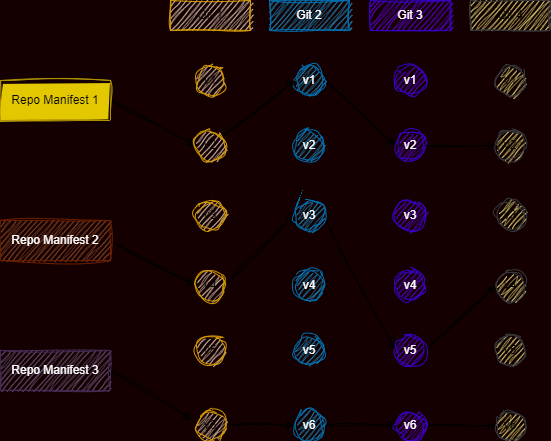
This is src/4-repo/diagram/manifest.drawio.png from Killerpug/TheEmbeddedLinuxBook, a draw.io export, as it was before one commit. Source tidied: cells renumbered, new cells last; positions are measured from the earlier drawing's top-left corner, leaving out a move shared by most shapes.
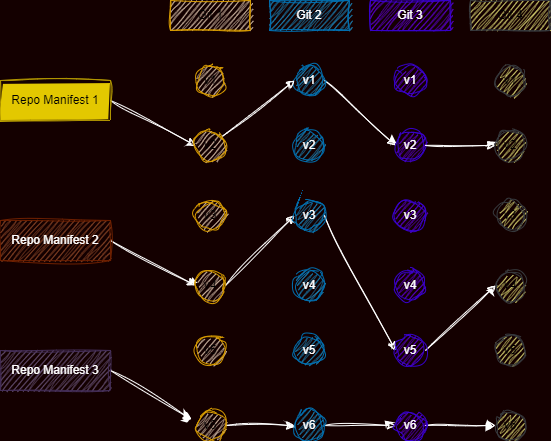
Above is the later version.

Commit message:
Update diagram lines color

The edit, as a diff of the source:
```diff
@@ -14,19 +14,19 @@
     <mxCell id="5" value="Git 4" style="rounded=0;whiteSpace=wrap;html=1;fillColor=#ffff88;strokeColor=#36393d;sketch=1;curveFitting=1;jiggle=2;" parent="1" vertex="1">
       <mxGeometry x="470" width="80" height="30" as="geometry" />
     </mxCell>
-    <mxCell id="6" style="rounded=0;jettySize=auto;html=1;exitX=1;exitY=0.5;exitDx=0;exitDy=0;entryX=0;entryY=0.5;entryDx=0;entryDy=0;sketch=1;curveFitting=1;jiggle=2;" parent="1" edge="1" source="7" target="19">
+    <mxCell id="6" style="rounded=0;jettySize=auto;html=1;exitX=1;exitY=0.5;exitDx=0;exitDy=0;entryX=0;entryY=0.5;entryDx=0;entryDy=0;sketch=1;curveFitting=1;jiggle=2;strokeColor=#FFFFFF;" parent="1" edge="1" source="7" target="19">
       <mxGeometry relative="1" as="geometry" />
     </mxCell>
     <mxCell id="7" value="Repo Manifest 1" style="rounded=0;whiteSpace=wrap;html=1;fillStyle=solid;fillColor=#e3c800;strokeColor=#B09500;fontColor=#000000;sketch=1;curveFitting=1;jiggle=2;" parent="1" vertex="1">
       <mxGeometry y="80" width="110" height="40" as="geometry" />
     </mxCell>
-    <mxCell id="8" style="rounded=0;jettySize=auto;html=1;exitX=1;exitY=0.5;exitDx=0;exitDy=0;entryX=0;entryY=0.5;entryDx=0;entryDy=0;sketch=1;curveFitting=1;jiggle=2;" parent="1" edge="1" source="9" target="21">
+    <mxCell id="8" style="rounded=0;jettySize=auto;html=1;exitX=1;exitY=0.5;exitDx=0;exitDy=0;entryX=0;entryY=0.5;entryDx=0;entryDy=0;sketch=1;curveFitting=1;jiggle=2;strokeColor=#FFFFFF;" parent="1" edge="1" source="9" target="21">
       <mxGeometry relative="1" as="geometry" />
     </mxCell>
     <mxCell id="9" value="Repo Manifest 2" style="rounded=0;whiteSpace=wrap;html=1;fillColor=#a0522d;fontColor=#ffffff;strokeColor=#6D1F00;sketch=1;curveFitting=1;jiggle=2;" parent="1" vertex="1">
       <mxGeometry y="220" width="110" height="40" as="geometry" />
     </mxCell>
-    <mxCell id="10" style="rounded=0;jettySize=auto;html=1;exitX=1;exitY=0.5;exitDx=0;exitDy=0;entryX=-0.133;entryY=0.3;entryDx=0;entryDy=0;entryPerimeter=0;sketch=1;curveFitting=1;jiggle=2;" parent="1" edge="1" source="11" target="24">
+    <mxCell id="10" style="rounded=0;jettySize=auto;html=1;exitX=1;exitY=0.5;exitDx=0;exitDy=0;entryX=-0.133;entryY=0.3;entryDx=0;entryDy=0;entryPerimeter=0;sketch=1;curveFitting=1;jiggle=2;strokeColor=#FFFFFF;" parent="1" edge="1" source="11" target="24">
       <mxGeometry relative="1" as="geometry" />
     </mxCell>
     <mxCell id="11" value="Repo Manifest 3&lt;br&gt;" style="rounded=0;whiteSpace=wrap;html=1;fillColor=#76608a;fontColor=#ffffff;strokeColor=#432D57;sketch=1;curveFitting=1;jiggle=2;" parent="1" vertex="1">
@@ -35,7 +35,7 @@
     <mxCell id="12" value="v1" style="ellipse;whiteSpace=wrap;html=1;fillColor=#ffe6cc;strokeColor=#d79b00;rounded=0;sketch=1;curveFitting=1;jiggle=2;" parent="1" vertex="1">
       <mxGeometry x="195" y="65" width="30" height="30" as="geometry" />
     </mxCell>
-    <mxCell id="13" style="rounded=0;jettySize=auto;html=1;exitX=1;exitY=0.5;exitDx=0;exitDy=0;entryX=0;entryY=0.5;entryDx=0;entryDy=0;sketch=1;curveFitting=1;jiggle=2;" parent="1" edge="1" source="14" target="32">
+    <mxCell id="13" style="rounded=0;jettySize=auto;html=1;exitX=1;exitY=0.5;exitDx=0;exitDy=0;entryX=0;entryY=0.5;entryDx=0;entryDy=0;sketch=1;curveFitting=1;jiggle=2;strokeColor=#FFFFFF;" parent="1" edge="1" source="14" target="32">
       <mxGeometry relative="1" as="geometry" />
     </mxCell>
     <mxCell id="14" value="v1" style="ellipse;whiteSpace=wrap;html=1;fillColor=#1ba1e2;fontColor=#ffffff;strokeColor=#006EAF;rounded=0;sketch=1;curveFitting=1;jiggle=2;" parent="1" vertex="1">
@@ -47,10 +47,10 @@
     <mxCell id="16" value="v1" style="ellipse;whiteSpace=wrap;html=1;fillColor=#ffff88;strokeColor=#36393d;rounded=0;sketch=1;curveFitting=1;jiggle=2;" parent="1" vertex="1">
       <mxGeometry x="495" y="65" width="30" height="30" as="geometry" />
     </mxCell>
-    <mxCell id="17" style="rounded=0;jettySize=auto;html=1;entryX=0;entryY=0.5;entryDx=0;entryDy=0;sketch=1;curveFitting=1;jiggle=2;" parent="1" edge="1" source="19" target="14">
+    <mxCell id="17" style="rounded=0;jettySize=auto;html=1;entryX=0;entryY=0.5;entryDx=0;entryDy=0;sketch=1;curveFitting=1;jiggle=2;strokeColor=#FFFFFF;" parent="1" edge="1" source="19" target="14">
       <mxGeometry relative="1" as="geometry" />
     </mxCell>
-    <mxCell id="18" style="rounded=0;jettySize=auto;html=1;exitX=1;exitY=0.5;exitDx=0;exitDy=0;entryX=0;entryY=0.5;entryDx=0;entryDy=0;sketch=1;curveFitting=1;jiggle=2;" parent="1" edge="1" source="21" target="27">
+    <mxCell id="18" style="rounded=0;jettySize=auto;html=1;exitX=1;exitY=0.5;exitDx=0;exitDy=0;entryX=0;entryY=0.5;entryDx=0;entryDy=0;sketch=1;curveFitting=1;jiggle=2;strokeColor=#FFFFFF;" parent="1" edge="1" source="21" target="27">
       <mxGeometry relative="1" as="geometry" />
     </mxCell>
     <mxCell id="19" value="v2" style="ellipse;whiteSpace=wrap;html=1;fillColor=#ffe6cc;strokeColor=#d79b00;rounded=0;sketch=1;curveFitting=1;jiggle=2;" parent="1" vertex="1">
@@ -65,7 +65,7 @@
     <mxCell id="22" value="v5" style="ellipse;whiteSpace=wrap;html=1;fillColor=#ffe6cc;strokeColor=#d79b00;rounded=0;sketch=1;curveFitting=1;jiggle=2;" parent="1" vertex="1">
       <mxGeometry x="195" y="335" width="30" height="30" as="geometry" />
     </mxCell>
-    <mxCell id="23" style="edgeStyle=orthogonalEdgeStyle;rounded=0;jettySize=auto;html=1;exitX=1;exitY=0.5;exitDx=0;exitDy=0;entryX=0;entryY=0.5;entryDx=0;entryDy=0;sketch=1;curveFitting=1;jiggle=2;" parent="1" edge="1" source="24" target="31">
+    <mxCell id="23" style="edgeStyle=orthogonalEdgeStyle;rounded=0;jettySize=auto;html=1;exitX=1;exitY=0.5;exitDx=0;exitDy=0;entryX=0;entryY=0.5;entryDx=0;entryDy=0;sketch=1;curveFitting=1;jiggle=2;strokeColor=#FFFFFF;" parent="1" edge="1" source="24" target="31">
       <mxGeometry relative="1" as="geometry" />
     </mxCell>
     <mxCell id="24" value="v6" style="ellipse;whiteSpace=wrap;html=1;fillColor=#ffe6cc;strokeColor=#d79b00;rounded=0;sketch=1;curveFitting=1;jiggle=2;" parent="1" vertex="1">
@@ -74,7 +74,7 @@
     <mxCell id="25" value="v2" style="ellipse;whiteSpace=wrap;html=1;fillColor=#1ba1e2;fontColor=#ffffff;strokeColor=#006EAF;rounded=0;sketch=1;curveFitting=1;jiggle=2;" parent="1" vertex="1">
       <mxGeometry x="294" y="130" width="30" height="30" as="geometry" />
     </mxCell>
-    <mxCell id="26" style="rounded=0;jettySize=auto;html=1;exitX=1;exitY=0.5;exitDx=0;exitDy=0;entryX=0;entryY=0.5;entryDx=0;entryDy=0;sketch=1;curveFitting=1;jiggle=2;" parent="1" edge="1" source="27" target="37">
+    <mxCell id="26" style="rounded=0;jettySize=auto;html=1;exitX=1;exitY=0.5;exitDx=0;exitDy=0;entryX=0;entryY=0.5;entryDx=0;entryDy=0;sketch=1;curveFitting=1;jiggle=2;strokeColor=#FFFFFF;" parent="1" edge="1" source="27" target="37">
       <mxGeometry relative="1" as="geometry" />
     </mxCell>
     <mxCell id="27" value="v3" style="ellipse;whiteSpace=wrap;html=1;fillColor=#1ba1e2;fontColor=#ffffff;strokeColor=#006EAF;rounded=0;sketch=1;curveFitting=1;jiggle=2;" parent="1" vertex="1">
@@ -86,7 +86,7 @@
     <mxCell id="29" value="v5" style="ellipse;whiteSpace=wrap;html=1;fillColor=#1ba1e2;fontColor=#ffffff;strokeColor=#006EAF;rounded=0;sketch=1;curveFitting=1;jiggle=2;" parent="1" vertex="1">
       <mxGeometry x="294" y="335" width="30" height="30" as="geometry" />
     </mxCell>
-    <mxCell id="30" style="edgeStyle=orthogonalEdgeStyle;rounded=0;jettySize=auto;html=1;exitX=1;exitY=0.5;exitDx=0;exitDy=0;entryX=0;entryY=0.5;entryDx=0;entryDy=0;sketch=1;curveFitting=1;jiggle=2;" parent="1" edge="1" source="31" target="39">
+    <mxCell id="30" style="edgeStyle=orthogonalEdgeStyle;rounded=0;jettySize=auto;html=1;exitX=1;exitY=0.5;exitDx=0;exitDy=0;entryX=0;entryY=0.5;entryDx=0;entryDy=0;sketch=1;curveFitting=1;jiggle=2;strokeColor=#FFFFFF;" parent="1" edge="1" source="31" target="39">
       <mxGeometry relative="1" as="geometry" />
     </mxCell>
     <mxCell id="31" value="v6" style="ellipse;whiteSpace=wrap;html=1;fillColor=#1ba1e2;fontColor=#ffffff;strokeColor=#006EAF;rounded=0;sketch=1;curveFitting=1;jiggle=2;" parent="1" vertex="1">
@@ -95,10 +95,10 @@
     <mxCell id="32" value="v2" style="ellipse;whiteSpace=wrap;html=1;fillColor=#6a00ff;fontColor=#ffffff;strokeColor=#3700CC;rounded=0;sketch=1;curveFitting=1;jiggle=2;" parent="1" vertex="1">
       <mxGeometry x="395" y="130" width="30" height="30" as="geometry" />
     </mxCell>
-    <mxCell id="33" style="rounded=0;jettySize=auto;html=1;exitX=1;exitY=0.5;exitDx=0;exitDy=0;entryX=0;entryY=0.5;entryDx=0;entryDy=0;sketch=1;curveFitting=1;jiggle=2;" parent="1" edge="1" source="32" target="40">
+    <mxCell id="33" style="rounded=0;jettySize=auto;html=1;exitX=1;exitY=0.5;exitDx=0;exitDy=0;entryX=0;entryY=0.5;entryDx=0;entryDy=0;sketch=1;curveFitting=1;jiggle=2;strokeColor=#FFFFFF;" parent="1" edge="1" source="32" target="40">
       <mxGeometry relative="1" as="geometry" />
     </mxCell>
-    <mxCell id="34" style="rounded=0;jettySize=auto;html=1;exitX=1;exitY=0.5;exitDx=0;exitDy=0;entryX=0;entryY=0.5;entryDx=0;entryDy=0;sketch=1;curveFitting=1;jiggle=2;" parent="1" edge="1" source="37" target="42">
+    <mxCell id="34" style="rounded=0;jettySize=auto;html=1;exitX=1;exitY=0.5;exitDx=0;exitDy=0;entryX=0;entryY=0.5;entryDx=0;entryDy=0;sketch=1;curveFitting=1;jiggle=2;strokeColor=#FFFFFF;" parent="1" edge="1" source="37" target="42">
       <mxGeometry relative="1" as="geometry" />
     </mxCell>
     <mxCell id="35" value="v3" style="ellipse;whiteSpace=wrap;html=1;fillColor=#6a00ff;fontColor=#ffffff;strokeColor=#3700CC;rounded=0;sketch=1;curveFitting=1;jiggle=2;" parent="1" vertex="1">
@@ -110,7 +110,7 @@
     <mxCell id="37" value="v5" style="ellipse;whiteSpace=wrap;html=1;fillColor=#6a00ff;fontColor=#ffffff;strokeColor=#3700CC;rounded=0;sketch=1;curveFitting=1;jiggle=2;" parent="1" vertex="1">
       <mxGeometry x="395" y="335" width="30" height="30" as="geometry" />
     </mxCell>
-    <mxCell id="38" style="edgeStyle=orthogonalEdgeStyle;rounded=0;jettySize=auto;html=1;exitX=1;exitY=0.5;exitDx=0;exitDy=0;entryX=0;entryY=0.5;entryDx=0;entryDy=0;sketch=1;curveFitting=1;jiggle=2;" parent="1" edge="1" source="39" target="44">
+    <mxCell id="38" style="edgeStyle=orthogonalEdgeStyle;rounded=0;jettySize=auto;html=1;exitX=1;exitY=0.5;exitDx=0;exitDy=0;entryX=0;entryY=0.5;entryDx=0;entryDy=0;sketch=1;curveFitting=1;jiggle=2;strokeColor=#FFFFFF;" parent="1" edge="1" source="39" target="44">
       <mxGeometry relative="1" as="geometry" />
     </mxCell>
     <mxCell id="39" value="v6" style="ellipse;whiteSpace=wrap;html=1;fillColor=#6a00ff;fontColor=#ffffff;strokeColor=#3700CC;rounded=0;sketch=1;curveFitting=1;jiggle=2;" parent="1" vertex="1">
```
